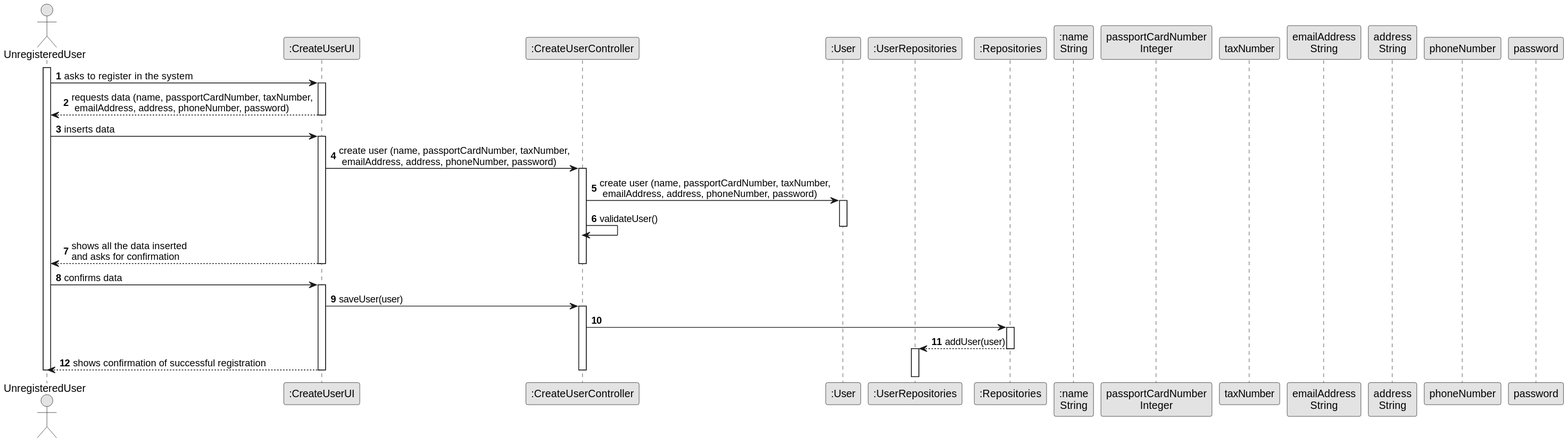
The PlantUML diagram docs/sprintB/us007/03.design/svg/us007-sequence-diagram-full.svg in 1220812/LAPR2, before a commit. Source of this version:
```plantuml
@startuml
skinparam monochrome true
skinparam packageStyle rectangle
skinparam shadowing false

autonumber

actor "UnregisteredUser" as UU
participant ":CreateUserUI" as UI
participant ":CreateUserController" as CTRL
participant ":User" as user
participant ":UserRepositories" as UR
participant ":Repositories" as R
participant ":name\nString" as name
participant "passportCardNumber\nInteger" as PCN
participant "taxNumber" as T
participant "emailAddress\nString" as EA
participant "address\nString" as A
participant "phoneNumber" as PN
participant "password" as P

activate UU

        UU -> UI : asks to register in the system

        activate UI

            UI --> UU : requests data (name, passportCardNumber, taxNumber,\n emailAddress, address, phoneNumber, password)

    deactivate UI
    UU -> UI : inserts data
    activate UI

    UI -> CTRL : create user (name, passportCardNumber, taxNumber,\n emailAddress, address, phoneNumber, password)
    activate CTRL

    CTRL -> user : create user (name, passportCardNumber, taxNumber,\n emailAddress, address, phoneNumber, password)
    activate user
    CTRL -> CTRL : validateUser()

    deactivate user

        UI --> UU : shows all the data inserted \nand asks for confirmation
        deactivate CTRL
    deactivate UI

    UU -> UI : confirms data
    activate UI

    UI -> CTRL : saveUser(user)
    activate CTRL

    CTRL -> R

    activate R

    R --> UR : addUser(user)
    deactivate R
    activate UR

    deactivate UR

    deactivate R
        UI --> UU : shows confirmation of successful registration
        deactivate CTRL
    deactivate UI

deactivate UU
@enduml
```
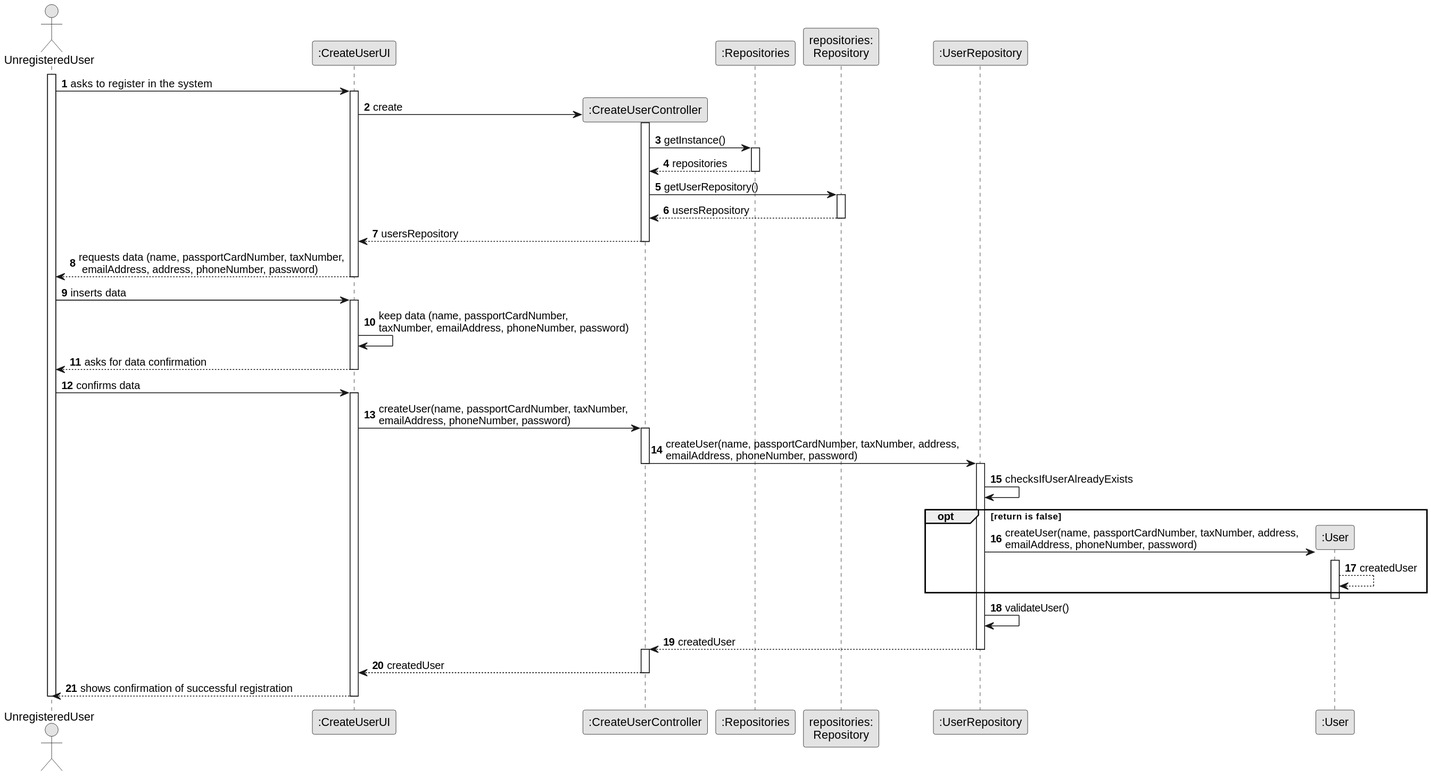
The same diagram one commit later.

Commit message:
Class diagram and sequence diagram done - US007

The edit, as a diff of the source:
```diff
@@ -8,16 +8,10 @@
 actor "UnregisteredUser" as UU
 participant ":CreateUserUI" as UI
 participant ":CreateUserController" as CTRL
+participant ":Repositories" as R
+participant "repositories:\nRepository" as RR
+participant ":UserRepository" as UR
 participant ":User" as user
-participant ":UserRepositories" as UR
-participant ":Repositories" as R
-participant ":name\nString" as name
-participant "passportCardNumber\nInteger" as PCN
-participant "taxNumber" as T
-participant "emailAddress\nString" as EA
-participant "address\nString" as A
-participant "phoneNumber" as PN
-participant "password" as P
 
 activate UU
 
@@ -25,40 +19,67 @@
 
         activate UI
 
+        UI -> CTRL** : create
+
+
+        activate CTRL
+
+        CTRL -> R : getInstance()
+
+        activate R
+
+        R --> CTRL : repositories
+        deactivate R
+
+        CTRL -> RR : getUserRepository()
+        activate RR
+
+        RR --> CTRL : usersRepository
+
+        deactivate RR
+
+        CTRL --> UI : usersRepository
+        deactivate CTRL
+
             UI --> UU : requests data (name, passportCardNumber, taxNumber,\n emailAddress, address, phoneNumber, password)
 
     deactivate UI
     UU -> UI : inserts data
     activate UI
 
-    UI -> CTRL : create user (name, passportCardNumber, taxNumber,\n emailAddress, address, phoneNumber, password)
+    UI -> UI : keep data (name, passportCardNumber, \ntaxNumber, emailAddress, phoneNumber, password)
+
+    UI --> UU : asks for data confirmation
+    deactivate UI
+    UU -> UI : confirms data
+
+    activate UI
+
+    UI -> CTRL : createUser(name, passportCardNumber, taxNumber, \nemailAddress, phoneNumber, password)
+
     activate CTRL
 
-    CTRL -> user : create user (name, passportCardNumber, taxNumber,\n emailAddress, address, phoneNumber, password)
+    CTRL -> UR : createUser(name, passportCardNumber, taxNumber, address, \nemailAddress, phoneNumber, password)
+    deactivate CTRL
+    activate UR
+    UR -> UR : checksIfUserAlreadyExists
+
+    opt return is false
+
+    UR -> user ** : createUser(name, passportCardNumber, taxNumber, address, \nemailAddress, phoneNumber, password)
     activate user
-    CTRL -> CTRL : validateUser()
+    user --> user : createdUser
 
+    end
     deactivate user
-
-        UI --> UU : shows all the data inserted \nand asks for confirmation
-        deactivate CTRL
-    deactivate UI
-
-    UU -> UI : confirms data
-    activate UI
-
-    UI -> CTRL : saveUser(user)
+    UR-> UR : validateUser()
+    UR --> CTRL : createdUser
+    deactivate UR
     activate CTRL
 
-    CTRL -> R
+    CTRL --> UI : createdUser
 
-    activate R
-
-    R --> UR : addUser(user)
-    deactivate R
-    activate UR
-
-    deactivate UR
+    deactivate CTRL
 
     deactivate R
         UI --> UU : shows confirmation of successful registration
```
